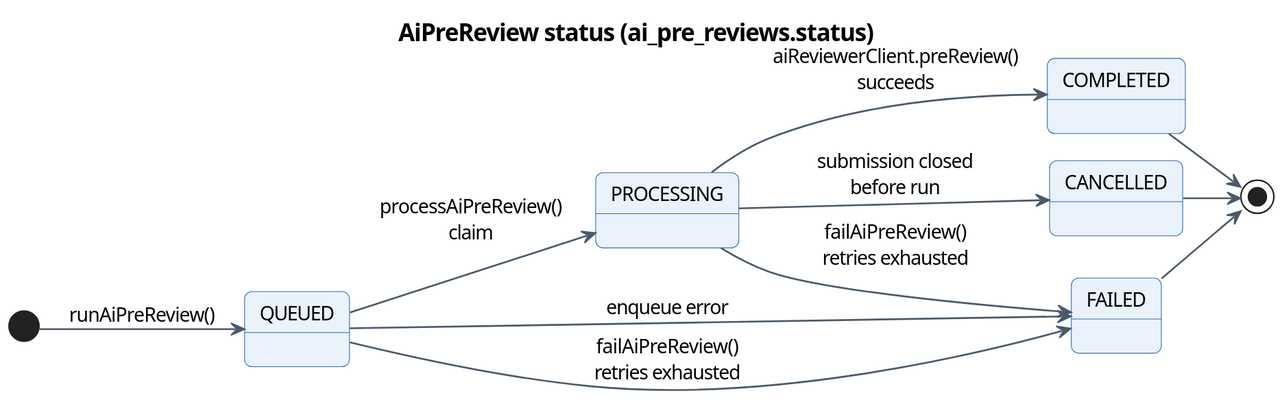
The PlantUML diagram docs/diagrams/report4/R4_State_AiPreReview.svg in Khoa-Hoa-Technology-Solution-Company/lumi-gap, before a commit.
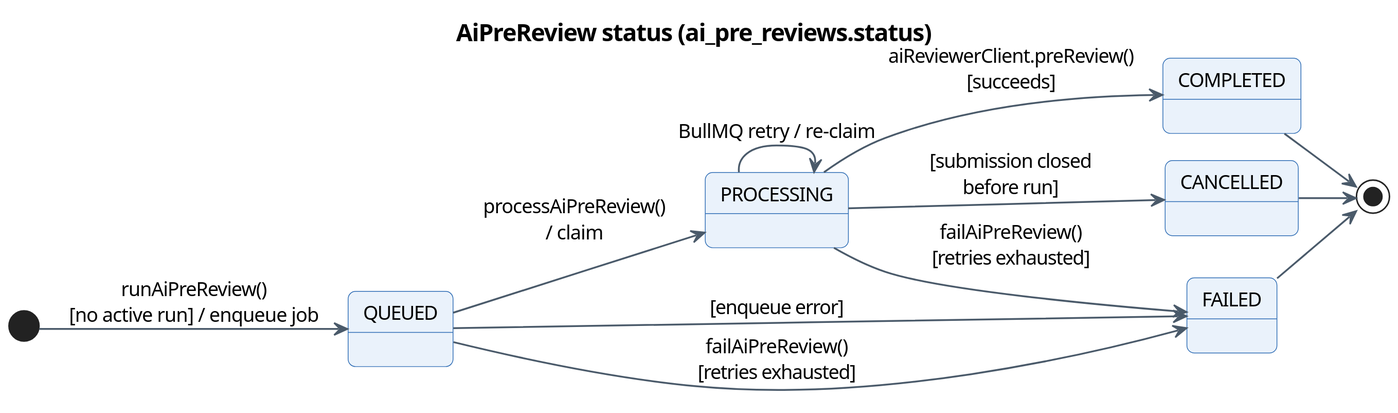
After the commit.

The edit, as a diff of the source:
```diff
@@ -1,6 +1,6 @@
 @startuml
 !pragma layout smetana
-skinparam dpi 150
+skinparam dpi 200
 skinparam defaultFontName "Segoe UI"
 skinparam defaultFontSize 13
 skinparam shadowing false
@@ -61,13 +61,14 @@
 }
 title AiPreReview status (ai_pre_reviews.status)
 left to right direction
-[*] --> QUEUED : runAiPreReview()
-QUEUED --> PROCESSING : processAiPreReview()\nclaim
-PROCESSING --> COMPLETED : aiReviewerClient.preReview()\nsucceeds
-PROCESSING --> CANCELLED : submission closed\nbefore run
-QUEUED --> FAILED : enqueue error
-QUEUED --> FAILED : failAiPreReview()\nretries exhausted
-PROCESSING --> FAILED : failAiPreReview()\nretries exhausted
+[*] --> QUEUED : runAiPreReview()\n[no active run] / enqueue job
+QUEUED --> PROCESSING : processAiPreReview()\n/ claim
+PROCESSING --> PROCESSING : BullMQ retry / re-claim
+PROCESSING --> COMPLETED : aiReviewerClient.preReview()\n[succeeds]
+PROCESSING --> CANCELLED : [submission closed\nbefore run]
+QUEUED --> FAILED : [enqueue error]
+QUEUED --> FAILED : failAiPreReview()\n[retries exhausted]
+PROCESSING --> FAILED : failAiPreReview()\n[retries exhausted]
 COMPLETED --> [*]
 FAILED --> [*]
 CANCELLED --> [*]
```
